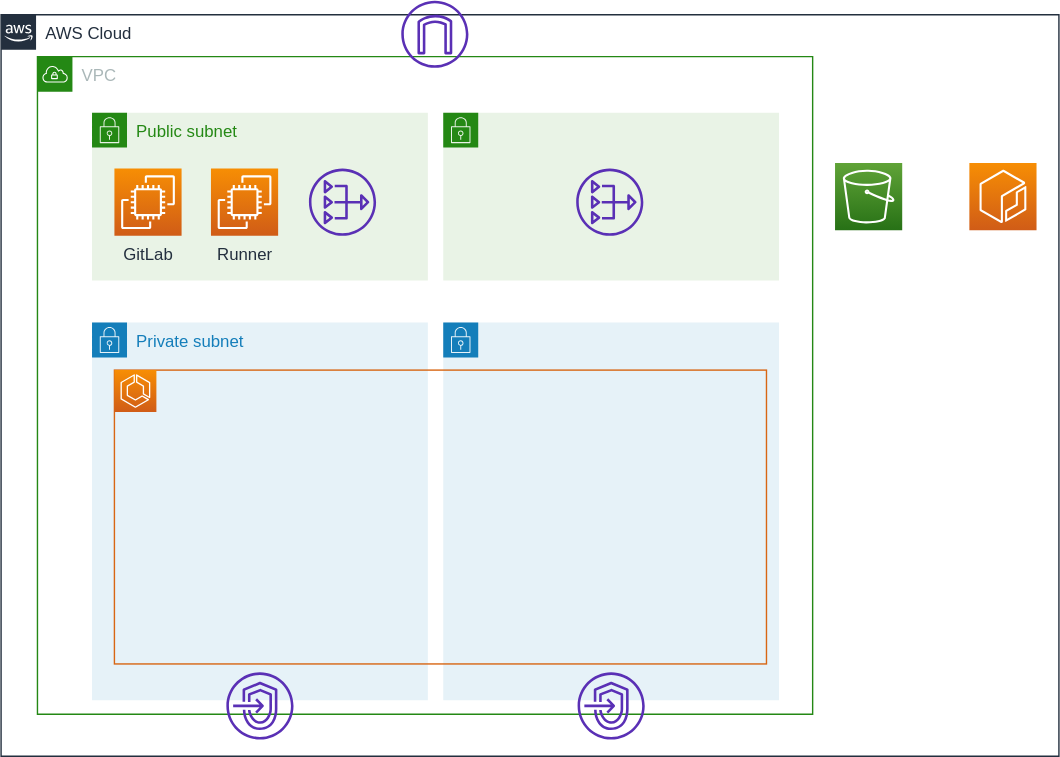
This is documents/images/use-pre.svg from moriryota62/ecs-cicd, a draw.io export, as it was before one commit. Source tidied: cells renumbered, new cells last; positions are measured from the earlier drawing's top-left corner, leaving out a move shared by most shapes.
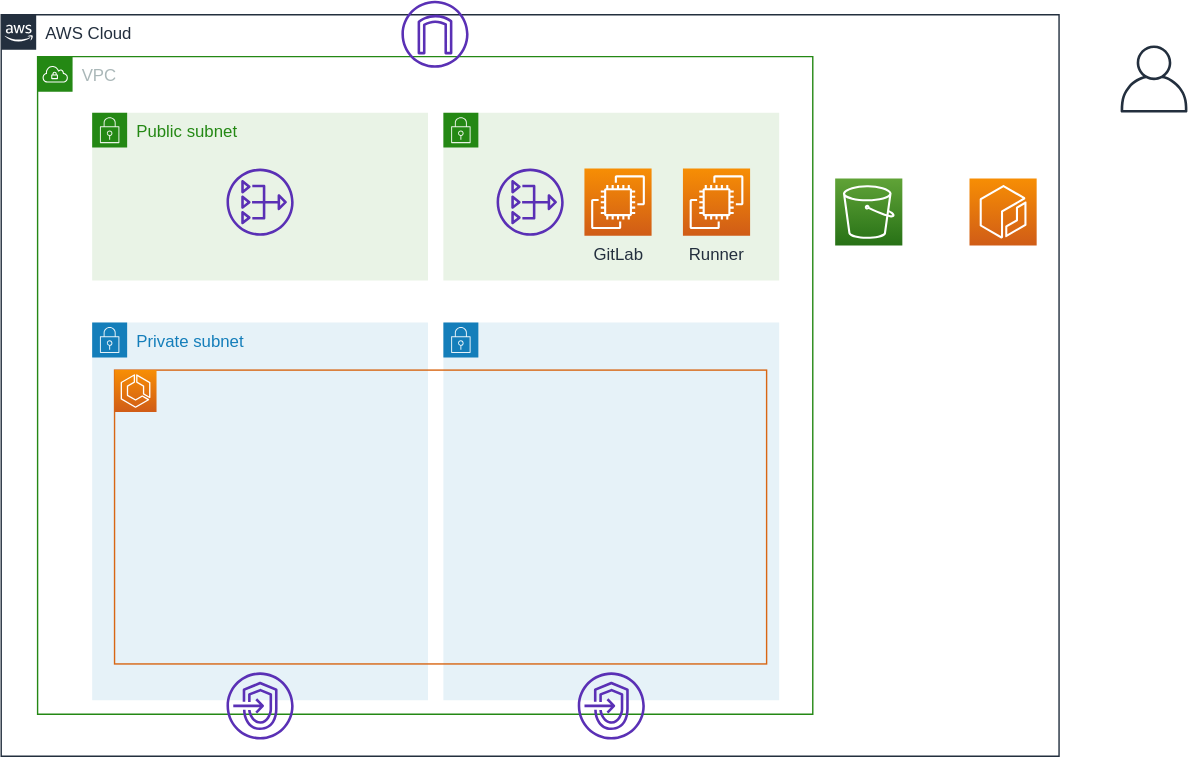
The same diagram one commit later.

The edit, as a diff of the source:
```diff
@@ -15,19 +15,19 @@
       <mxGeometry x="316" y="80" width="240" height="120" as="geometry" />
     </mxCell>
     <mxCell id="6" value="GitLab" style="fontColor=#232F3E;gradientColor=#F78E04;gradientDirection=north;fillColor=#D05C17;strokeColor=#ffffff;dashed=0;verticalLabelPosition=bottom;verticalAlign=top;align=center;html=1;fontSize=12;fontStyle=0;shape=mxgraph.aws4.resourceIcon;resIcon=mxgraph.aws4.ec2;" parent="1" vertex="1">
-      <mxGeometry x="81" y="120" width="48" height="48" as="geometry" />
+      <mxGeometry x="416.8" y="120" width="48" height="48" as="geometry" />
     </mxCell>
     <mxCell id="7" value="Runner" style="fontColor=#232F3E;gradientColor=#F78E04;gradientDirection=north;fillColor=#D05C17;strokeColor=#ffffff;dashed=0;verticalLabelPosition=bottom;verticalAlign=top;align=center;html=1;fontSize=12;fontStyle=0;shape=mxgraph.aws4.resourceIcon;resIcon=mxgraph.aws4.ec2;" parent="1" vertex="1">
-      <mxGeometry x="150" y="120" width="48" height="48" as="geometry" />
+      <mxGeometry x="487.2" y="120" width="48" height="48" as="geometry" />
     </mxCell>
     <mxCell id="8" style="fontColor=#232F3E;gradientColor=none;fillColor=#5A30B5;strokeColor=none;dashed=0;verticalLabelPosition=bottom;verticalAlign=top;align=center;html=1;fontSize=12;fontStyle=0;shape=mxgraph.aws4.internet_gateway;" parent="1" vertex="1">
       <mxGeometry x="286" width="48" height="48" as="geometry" />
     </mxCell>
     <mxCell id="9" style="fontColor=#232F3E;gradientColor=#60A337;gradientDirection=north;fillColor=#277116;strokeColor=#ffffff;dashed=0;verticalLabelPosition=bottom;verticalAlign=top;align=center;html=1;fontSize=12;fontStyle=0;shape=mxgraph.aws4.resourceIcon;resIcon=mxgraph.aws4.s3;" parent="1" vertex="1">
-      <mxGeometry x="596" y="116" width="48" height="48" as="geometry" />
+      <mxGeometry x="596" y="127" width="48" height="48" as="geometry" />
     </mxCell>
-    <mxCell id="10" style="fontColor=#232F3E;gradientColor=#F78E04;gradientDirection=north;fillColor=#D05C17;strokeColor=#ffffff;dashed=0;verticalLabelPosition=bottom;verticalAlign=top;align=center;html=1;fontSize=12;fontStyle=0;shape=mxgraph.aws4.resourceIcon;resIcon=mxgraph.aws4.ecr;" parent="1" vertex="1">
-      <mxGeometry x="692" y="116" width="48" height="48" as="geometry" />
+    <mxCell id="10" style="fontColor=#232F3E;gradientColor=#F78E04;gradientDirection=north;fillColor=#D05C17;strokeColor=#ffffff;dashed=0;verticalLabelPosition=bottom;verticalAlign=top;align=center;html=1;fontSize=12;fontStyle=0;shape=mxgraph.aws4.resourceIcon;resIcon=mxgraph.aws4.ecr;flipV=0;" parent="1" vertex="1">
+      <mxGeometry x="692" y="127" width="48" height="48" as="geometry" />
     </mxCell>
     <mxCell id="11" value="Private subnet" style="gradientColor=none;html=1;whiteSpace=wrap;fontSize=12;fontStyle=0;shape=mxgraph.aws4.group;grIcon=mxgraph.aws4.group_security_group;grStroke=0;strokeColor=#147EBA;fillColor=#E6F2F8;verticalAlign=top;align=left;spacingLeft=30;fontColor=#147EBA;dashed=0;" parent="1" vertex="1">
       <mxGeometry x="65" y="230" width="240" height="270" as="geometry" />
@@ -42,7 +42,7 @@
       <mxGeometry x="81" y="264" width="30" height="30" as="geometry" />
     </mxCell>
     <mxCell id="15" style="fontColor=#232F3E;gradientColor=none;fillColor=#5A30B5;strokeColor=none;dashed=0;verticalLabelPosition=bottom;verticalAlign=top;align=center;html=1;fontSize=12;fontStyle=0;shape=mxgraph.aws4.nat_gateway;" parent="1" vertex="1">
-      <mxGeometry x="411" y="120" width="48" height="48" as="geometry" />
+      <mxGeometry x="161" y="120" width="48" height="48" as="geometry" />
     </mxCell>
     <mxCell id="16" style="fontColor=#232F3E;gradientColor=none;fillColor=#5A30B5;strokeColor=none;dashed=0;verticalLabelPosition=bottom;verticalAlign=top;align=center;html=1;fontSize=12;fontStyle=0;shape=mxgraph.aws4.endpoints;" parent="1" vertex="1">
       <mxGeometry x="161" y="480" width="48" height="48" as="geometry" />
@@ -51,7 +51,10 @@
       <mxGeometry x="412" y="480" width="48" height="48" as="geometry" />
     </mxCell>
     <mxCell id="18" style="fontColor=#232F3E;gradientColor=none;fillColor=#5A30B5;strokeColor=none;dashed=0;verticalLabelPosition=bottom;verticalAlign=top;align=center;html=1;fontSize=12;fontStyle=0;shape=mxgraph.aws4.nat_gateway;" parent="1" vertex="1">
-      <mxGeometry x="220" y="120" width="48" height="48" as="geometry" />
+      <mxGeometry x="354" y="120" width="48" height="48" as="geometry" />
     </mxCell>
+    <mxCell id="19" style="fontColor=#232F3E;gradientColor=none;fillColor=#232F3E;strokeColor=none;dashed=0;verticalLabelPosition=bottom;verticalAlign=top;align=center;html=1;fontSize=12;fontStyle=0;shape=mxgraph.aws4.user;" parent="1" vertex="1">
+      <mxGeometry x="800" y="32" width="48" height="48" as="geometry" />
+    </mxCell>
   </root>
 </mxGraphModel>
```
